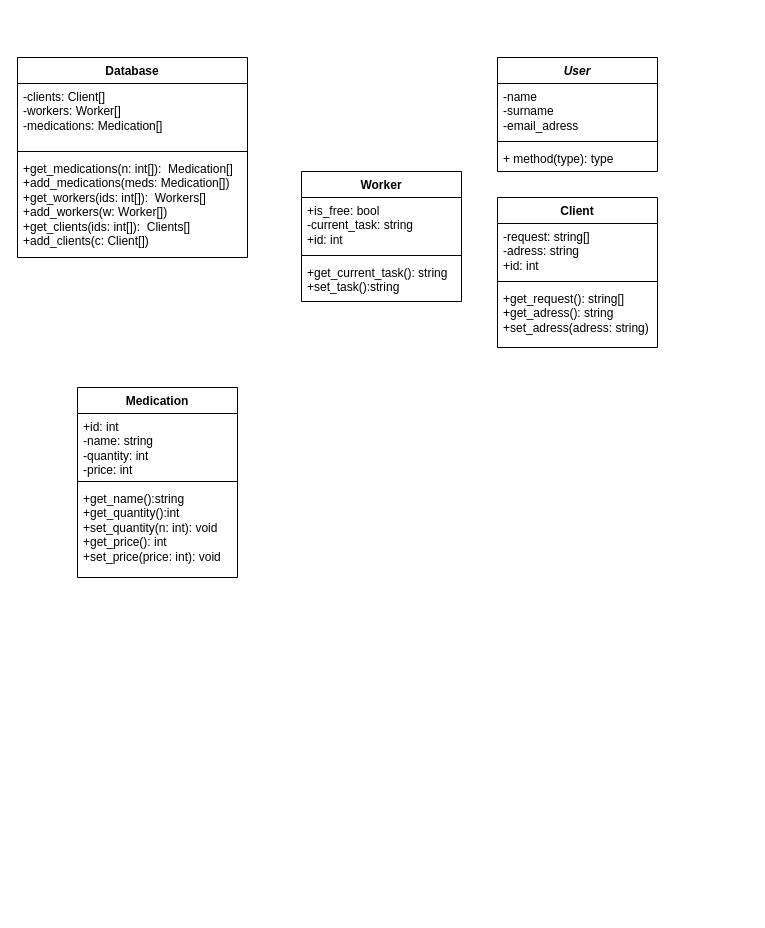
Idontlikeni/fourth_semestr keeps this draw.io diagram as AKMS/PR_5/Pr_5.drawio. Above is the earlier version. Source tidied: cells renumbered, new cells numbered last; positions are measured from the earlier drawing's top-left corner, leaving out a move shared by most shapes. Both pictures are drawn from the tidied source at 100%, with x=0, y=0 at pixel (17, 57).
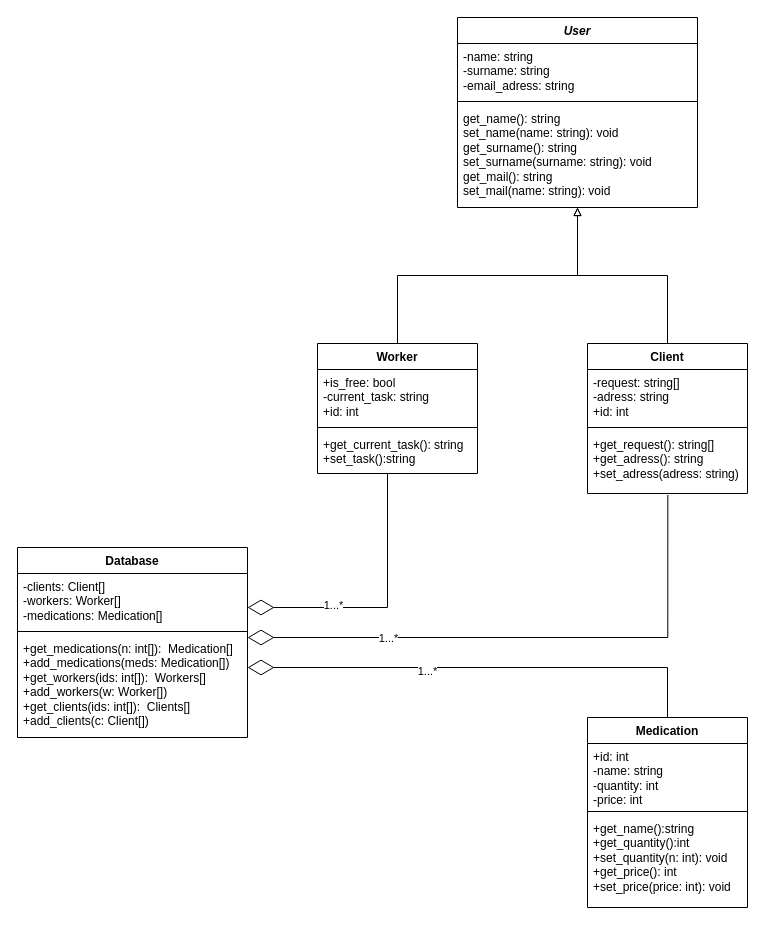
After the change.

The change refers to these unchanged cells:
```xml
<mxCell id="9" value="+get_request(): string[]&lt;div&gt;+get_adress(): string&lt;/div&gt;&lt;div&gt;+set_adress(adress: string)&lt;/div&gt;" style="text;strokeColor=none;fillColor=none;align=left;verticalAlign=top;spacingLeft=4;spacingRight=4;overflow=hidden;points=[[0,0.5],[1,0.5]];portConstraint=eastwest;whiteSpace=wrap;html=1;" parent="6" vertex="1">
  <mxGeometry y="88" width="160" height="62" as="geometry" />
</mxCell>
```

Change to the diagram source:
```diff
@@
     <mxCell id="2" value="Database" style="swimlane;fontStyle=1;align=center;verticalAlign=top;horizontal=1;startSize=26;whiteSpace=wrap;html=1;" parent="1" vertex="1">
-      <mxGeometry width="230" height="200" as="geometry" />
+      <mxGeometry y="490" width="230" height="190" as="geometry" />
     </mxCell>
     <mxCell id="3" value="-clients: Client[]&lt;div&gt;-workers: Worker[]&lt;/div&gt;&lt;div&gt;-medications: Medication[]&lt;/div&gt;" style="text;strokeColor=none;fillColor=none;align=left;verticalAlign=top;spacingLeft=4;spacingRight=4;overflow=hidden;whiteSpace=wrap;html=1;" parent="2" vertex="1">
-      <mxGeometry y="26" width="230" height="64" as="geometry" />
+      <mxGeometry y="26" width="230" height="54" as="geometry" />
     </mxCell>
     <mxCell id="4" style="line;strokeWidth=1;fillColor=none;align=left;verticalAlign=middle;spacingTop=-1;spacingLeft=3;spacingRight=3;labelPosition=right;strokeColor=inherit;" parent="2" vertex="1">
-      <mxGeometry y="90" width="230" height="8" as="geometry" />
+      <mxGeometry y="80" width="230" height="8" as="geometry" />
     </mxCell>
     <mxCell id="5" value="+get_medications(n: int[]):&amp;nbsp; Medication[]&lt;div&gt;+add_medications(meds: Medication[])&lt;/div&gt;&lt;div&gt;+get_workers(ids: int[]):&amp;nbsp; Workers[]&lt;div&gt;+add_workers(w: Worker[])&lt;/div&gt;&lt;div&gt;+get_clients(ids: int[]):&amp;nbsp; Clients[]&lt;div&gt;+add_clients(c: Client[])&lt;/div&gt;&lt;/div&gt;&lt;/div&gt;" style="text;strokeColor=none;fillColor=none;align=left;verticalAlign=top;spacingLeft=4;spacingRight=4;overflow=hidden;whiteSpace=wrap;html=1;" parent="2" vertex="1">
-      <mxGeometry y="98" width="230" height="102" as="geometry" />
+      <mxGeometry y="88" width="230" height="102" as="geometry" />
     </mxCell>
+    <mxCell id="22" style="edgeStyle=orthogonalEdgeStyle;rounded=0;jettySize=auto;html=1;endArrow=block;endFill=0;" parent="1" edge="1" source="6" target="10">
+      <mxGeometry relative="1" as="geometry" />
+    </mxCell>
     <mxCell id="6" value="Client" style="swimlane;fontStyle=1;align=center;verticalAlign=top;horizontal=1;startSize=26;whiteSpace=wrap;html=1;" parent="1" vertex="1">
-      <mxGeometry x="480" y="140" width="160" height="150" as="geometry" />
+      <mxGeometry x="570" y="286" width="160" height="150" as="geometry" />
     </mxCell>
@@
     <mxCell id="10" value="&lt;i&gt;User&lt;/i&gt;" style="swimlane;fontStyle=1;align=center;verticalAlign=top;horizontal=1;startSize=26;whiteSpace=wrap;html=1;" parent="1" vertex="1">
-      <mxGeometry x="480" width="160" height="114" as="geometry" />
+      <mxGeometry x="440" y="-40" width="240" height="190" as="geometry" />
     </mxCell>
-    <mxCell id="11" value="-name&lt;div&gt;-surname&lt;/div&gt;&lt;div&gt;-email_adress&lt;/div&gt;" style="text;strokeColor=none;fillColor=none;align=left;verticalAlign=top;spacingLeft=4;spacingRight=4;overflow=hidden;whiteSpace=wrap;html=1;" parent="10" vertex="1">
-      <mxGeometry y="26" width="160" height="54" as="geometry" />
+    <mxCell id="11" value="-name: string&lt;div&gt;-surname: string&lt;/div&gt;&lt;div&gt;-email_adress: string&lt;/div&gt;" style="text;strokeColor=none;fillColor=none;align=left;verticalAlign=top;spacingLeft=4;spacingRight=4;overflow=hidden;whiteSpace=wrap;html=1;" parent="10" vertex="1">
+      <mxGeometry y="26" width="240" height="54" as="geometry" />
     </mxCell>
     <mxCell id="12" style="line;strokeWidth=1;fillColor=none;align=left;verticalAlign=middle;spacingTop=-1;spacingLeft=3;spacingRight=3;labelPosition=right;strokeColor=inherit;" parent="10" vertex="1">
-      <mxGeometry y="80" width="160" height="8" as="geometry" />
+      <mxGeometry y="80" width="240" height="8" as="geometry" />
     </mxCell>
-    <mxCell id="13" value="+ method(type): type" style="text;strokeColor=none;fillColor=none;align=left;verticalAlign=top;spacingLeft=4;spacingRight=4;overflow=hidden;whiteSpace=wrap;html=1;" parent="10" vertex="1">
-      <mxGeometry y="88" width="160" height="26" as="geometry" />
+    <mxCell id="13" value="get_name(): string&lt;div&gt;set_name(name: string): void&lt;/div&gt;&lt;div&gt;get_surname(): string&lt;div&gt;set_surname(surname: string): void&lt;/div&gt;&lt;div&gt;get_mail(): string&lt;div&gt;set_mail(name: string): void&lt;/div&gt;&lt;/div&gt;&lt;/div&gt;" style="text;strokeColor=none;fillColor=none;align=left;verticalAlign=top;spacingLeft=4;spacingRight=4;overflow=hidden;whiteSpace=wrap;html=1;" parent="10" vertex="1">
+      <mxGeometry y="88" width="240" height="102" as="geometry" />
     </mxCell>
+    <mxCell id="23" style="edgeStyle=orthogonalEdgeStyle;rounded=0;jettySize=auto;html=1;endArrow=block;endFill=0;" parent="1" edge="1" source="14" target="10">
+      <mxGeometry relative="1" as="geometry" />
+    </mxCell>
     <mxCell id="14" value="Worker" style="swimlane;fontStyle=1;align=center;verticalAlign=top;horizontal=1;startSize=26;whiteSpace=wrap;html=1;" parent="1" vertex="1">
-      <mxGeometry x="284" y="114" width="160" height="130" as="geometry" />
+      <mxGeometry x="300" y="286" width="160" height="130" as="geometry" />
     </mxCell>
@@
     <mxCell id="18" value="Medication" style="swimlane;fontStyle=1;align=center;verticalAlign=top;horizontal=1;startSize=26;whiteSpace=wrap;html=1;" parent="1" vertex="1">
-      <mxGeometry x="60" y="330" width="160" height="190" as="geometry" />
+      <mxGeometry x="570" y="660" width="160" height="190" as="geometry" />
     </mxCell>
@@
+    <mxCell id="24" style="endArrow=diamondThin;endFill=0;endSize=24;html=1;rounded=0;edgeStyle=orthogonalEdgeStyle;exitX=0.5;exitY=0;exitDx=0;exitDy=0;" parent="1" edge="1" source="18">
+      <mxGeometry relative="1" as="geometry">
+        <mxPoint x="230" y="610" as="targetPoint" />
+        <Array as="points">
+          <mxPoint x="650" y="610" />
+        </Array>
+      </mxGeometry>
+    </mxCell>
+    <mxCell id="25" value="1...*" style="edgeLabel;html=1;align=center;verticalAlign=middle;" parent="24" vertex="1">
+      <mxGeometry x="0.24" y="3" relative="1" as="geometry" />
+    </mxCell>
+    <mxCell id="26" style="endArrow=diamondThin;endFill=0;endSize=24;html=1;rounded=0;edgeStyle=orthogonalEdgeStyle;exitX=0.502;exitY=1.024;exitDx=0;exitDy=0;exitPerimeter=0;" parent="1" edge="1" source="9">
+      <mxGeometry relative="1" as="geometry">
+        <mxPoint x="230" y="580" as="targetPoint" />
+        <Array as="points">
+          <mxPoint x="650" y="580" />
+        </Array>
+      </mxGeometry>
+    </mxCell>
+    <mxCell id="27" value="1...*" style="edgeLabel;html=1;align=center;verticalAlign=middle;" parent="26" vertex="1">
+      <mxGeometry x="0.5" relative="1" as="geometry" />
+    </mxCell>
+    <mxCell id="28" style="endArrow=diamondThin;endFill=0;endSize=24;html=1;rounded=0;edgeStyle=orthogonalEdgeStyle;" parent="1" edge="1" source="14">
+      <mxGeometry relative="1" as="geometry">
+        <mxPoint x="230" y="550" as="targetPoint" />
+        <Array as="points">
+          <mxPoint x="370" y="550" />
+        </Array>
+      </mxGeometry>
+    </mxCell>
+    <mxCell id="29" value="1...*" style="edgeLabel;html=1;align=center;verticalAlign=middle;" parent="28" vertex="1">
+      <mxGeometry x="0.38" y="-3" relative="1" as="geometry" />
+    </mxCell>
```
